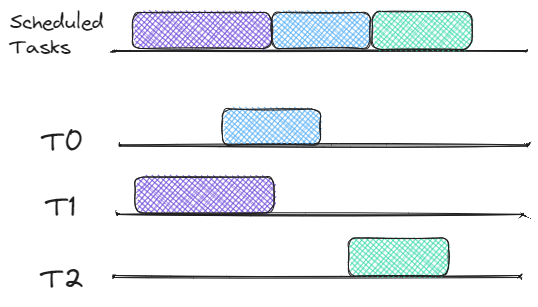
Above: img/embedded-rust-async/cooperative.excalidraw.png in memfault/interrupt (Excalidraw), before the change. Source tidied: one line per element, renumbered; positions are measured from the earlier drawing's top-left corner, leaving out a move shared by most shapes.
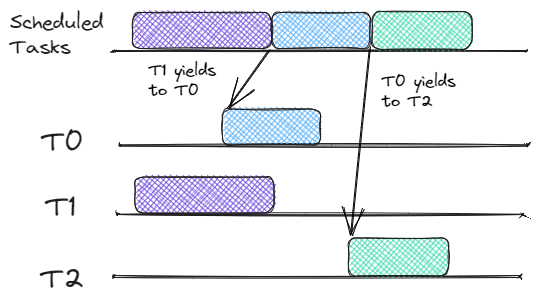
The same file after the commit.

Change to the diagram source:
```diff
@@ -12,3 +12,7 @@
 {"id": 11, "type": "rectangle", "strokeColor": "#1e1e1e", "backgroundColor": "#6741d9", "fillStyle": "cross-hatch", "strokeWidth": 1, "roughness": 1, "round": true, "x": 122, "y": 2, "width": 139, "height": 36}
 {"id": 12, "type": "rectangle", "strokeColor": "#1e1e1e", "backgroundColor": "#4dabf7", "fillStyle": "cross-hatch", "strokeWidth": 1, "roughness": 1, "round": true, "x": 262, "y": 2, "width": 98, "height": 36}
 {"id": 13, "type": "rectangle", "strokeColor": "#1e1e1e", "backgroundColor": "#38d9a9", "fillStyle": "cross-hatch", "strokeWidth": 1, "roughness": 1, "round": true, "x": 362, "y": 2, "width": 100, "height": 38}
+{"id": 14, "type": "arrow", "strokeColor": "#000000", "strokeWidth": 1, "roughness": 1, "endArrowhead": "arrow", "round": true, "from": 12, "to": 15, "x": 259, "y": 40, "width": 41, "height": 58, "points": [[0, 0], [-41, 58]]}
+{"id": 15, "type": "text", "text": "T1 yields\nto T0", "strokeColor": "#000000", "strokeWidth": 1, "roughness": 1, "fontSize": 16, "fontFamily": 1, "x": 139, "y": 50, "width": 67, "height": 40}
+{"id": 16, "type": "arrow", "strokeColor": "#000000", "strokeWidth": 1, "roughness": 1, "endArrowhead": "arrow", "round": true, "from": 13, "to": 9, "x": 360, "y": 37, "width": 18, "height": 187, "points": [[0, 0], [-18, 187]]}
+{"id": 17, "type": "text", "text": "T0 yields\nto T2", "strokeColor": "#000000", "strokeWidth": 1, "roughness": 1, "fontSize": 16, "fontFamily": 1, "x": 372, "y": 62, "width": 74, "height": 40}
```
